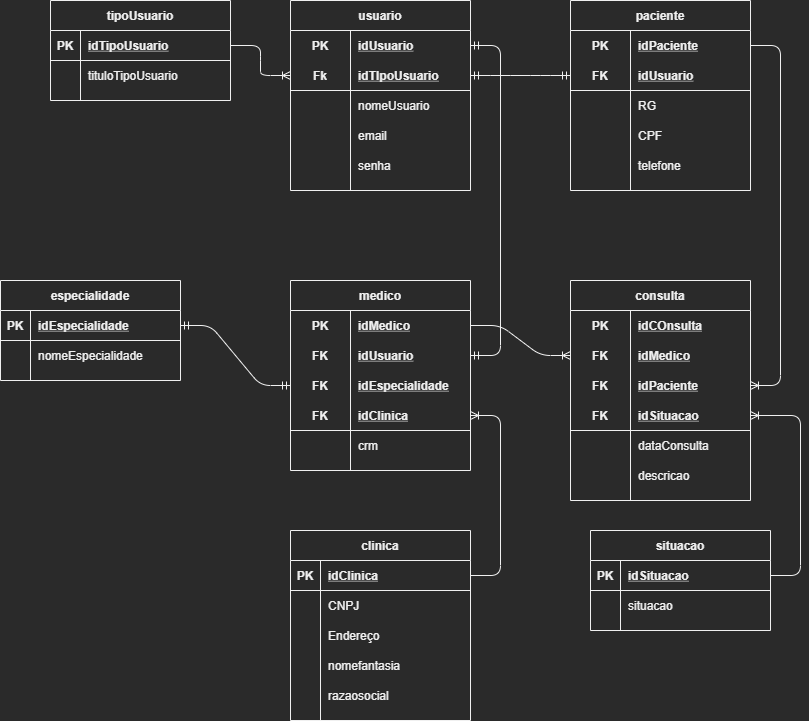
This is Médico/Modelos/Modelo Logico.png from JoaoNascimento-cpu/Senai_Semestre_2, a draw.io export, as it was before one commit. Source tidied: cells renumbered, new cells last; positions are measured from the earlier drawing's top-left corner, leaving out a move shared by most shapes.
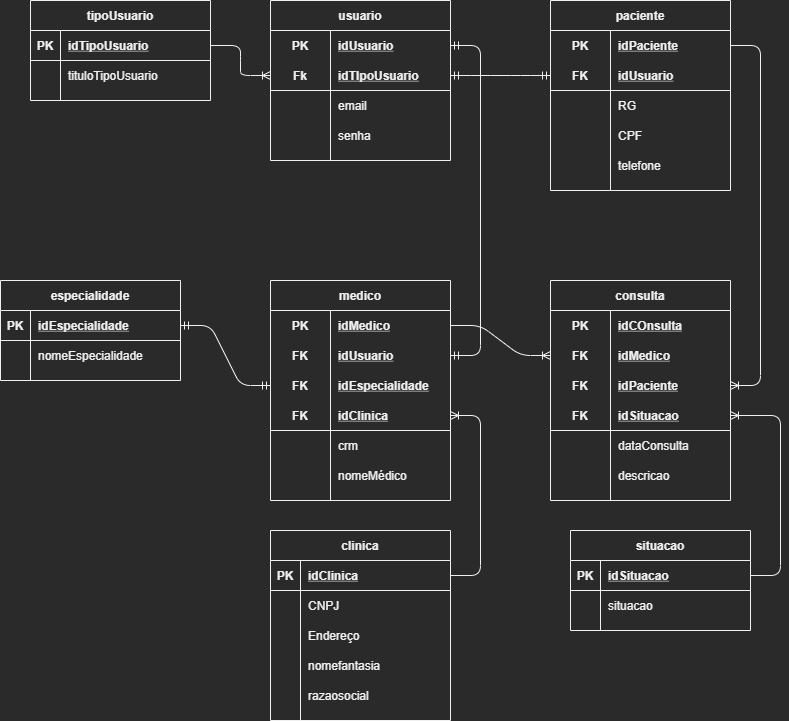
Above is the later version.

Commit message:
DDL e diagrama da clinica feito

Diff of the diagram source:
```diff
@@ -24,7 +24,7 @@
       <mxGeometry x="30" width="150" height="30" as="geometry" />
     </mxCell>
     <mxCell id="9" value="usuario" style="shape=table;startSize=30;rowLines=0;fontStyle=1;align=center;" parent="1" vertex="1">
-      <mxGeometry x="290" width="180" height="190" as="geometry" />
+      <mxGeometry x="290" width="180" height="160" as="geometry" />
     </mxCell>
     <mxCell id="10" style="shape=partialRectangle;fillColor=none;top=0;left=0;bottom=0;right=0;points=[[0,0.5],[1,0.5]];portConstraint=eastwest;" parent="9" vertex="1">
       <mxGeometry y="30" width="180" height="30" as="geometry" />
@@ -44,17 +44,8 @@
     <mxCell id="15" value="idTIpoUsuario" style="shape=partialRectangle;fillColor=none;top=0;left=0;bottom=0;right=0;align=left;spacingLeft=6;fontStyle=5;overflow=hidden;" parent="13" vertex="1">
       <mxGeometry x="60" width="120" height="30" as="geometry" />
     </mxCell>
-    <mxCell id="16" style="shape=partialRectangle;fillColor=none;top=0;left=0;bottom=0;right=0;" parent="9" vertex="1">
-      <mxGeometry y="90" width="180" height="30" as="geometry" />
-    </mxCell>
-    <mxCell id="17" style="shape=partialRectangle;fillColor=none;top=0;left=0;bottom=0;right=0;overflow=hidden;" parent="16" vertex="1">
-      <mxGeometry width="60" height="30" as="geometry" />
-    </mxCell>
-    <mxCell id="18" value="nomeUsuario" style="shape=partialRectangle;fillColor=none;top=0;left=0;bottom=0;right=0;align=left;spacingLeft=6;overflow=hidden;" parent="16" vertex="1">
-      <mxGeometry x="60" width="120" height="30" as="geometry" />
-    </mxCell>
     <mxCell id="19" style="shape=partialRectangle;fillColor=none;top=0;left=0;bottom=0;right=0;" parent="9" vertex="1">
-      <mxGeometry y="120" width="180" height="30" as="geometry" />
+      <mxGeometry y="90" width="180" height="30" as="geometry" />
     </mxCell>
     <mxCell id="20" style="shape=partialRectangle;fillColor=none;top=0;left=0;bottom=0;right=0;overflow=hidden;" parent="19" vertex="1">
       <mxGeometry width="60" height="30" as="geometry" />
@@ -63,7 +54,7 @@
       <mxGeometry x="60" width="120" height="30" as="geometry" />
     </mxCell>
     <mxCell id="22" style="shape=partialRectangle;fillColor=none;top=0;left=0;bottom=0;right=0;" parent="9" vertex="1">
-      <mxGeometry y="150" width="180" height="30" as="geometry" />
+      <mxGeometry y="120" width="180" height="30" as="geometry" />
     </mxCell>
     <mxCell id="23" style="shape=partialRectangle;fillColor=none;top=0;left=0;bottom=0;right=0;overflow=hidden;" parent="22" vertex="1">
       <mxGeometry width="60" height="30" as="geometry" />
@@ -183,7 +174,7 @@
       <mxGeometry relative="1" as="geometry" />
     </mxCell>
     <mxCell id="62" value="medico" style="shape=table;startSize=30;rowLines=0;fontStyle=1;align=center;" parent="1" vertex="1">
-      <mxGeometry x="290" y="280" width="180" height="190" as="geometry" />
+      <mxGeometry x="290" y="280" width="180" height="220" as="geometry" />
     </mxCell>
     <mxCell id="63" style="shape=partialRectangle;fillColor=none;top=0;left=0;bottom=0;right=0;points=[[0,0.5],[1,0.5]];portConstraint=eastwest;" parent="62" vertex="1">
       <mxGeometry y="30" width="180" height="30" as="geometry" />
@@ -230,8 +221,17 @@
     <mxCell id="77" value="crm" style="shape=partialRectangle;fillColor=none;top=0;left=0;bottom=0;right=0;align=left;spacingLeft=6;overflow=hidden;" parent="75" vertex="1">
       <mxGeometry x="60" width="120" height="30" as="geometry" />
     </mxCell>
+    <mxCell id="114" style="shape=partialRectangle;fillColor=none;top=0;left=0;bottom=0;right=0;" parent="62" vertex="1">
+      <mxGeometry y="180" width="180" height="30" as="geometry" />
+    </mxCell>
+    <mxCell id="17" style="shape=partialRectangle;fillColor=none;top=0;left=0;bottom=0;right=0;overflow=hidden;" parent="114" vertex="1">
+      <mxGeometry width="60" height="30" as="geometry" />
+    </mxCell>
+    <mxCell id="115" value="nomeMédico" style="shape=partialRectangle;fillColor=none;top=0;left=0;bottom=0;right=0;align=left;spacingLeft=6;overflow=hidden;" parent="114" vertex="1">
+      <mxGeometry x="60" width="120" height="30" as="geometry" />
+    </mxCell>
     <mxCell id="78" value="especialidade" style="shape=table;startSize=30;rowLines=0;fontStyle=1;align=center;" parent="1" vertex="1">
-      <mxGeometry y="280" width="180" height="100" as="geometry" />
+      <mxGeometry x="20" y="280" width="180" height="100" as="geometry" />
     </mxCell>
     <mxCell id="79" style="shape=partialRectangle;fillColor=none;top=0;left=0;bottom=1;right=0;points=[[0,0.5],[1,0.5]];portConstraint=eastwest;" parent="78" vertex="1">
       <mxGeometry y="30" width="180" height="30" as="geometry" />
```
